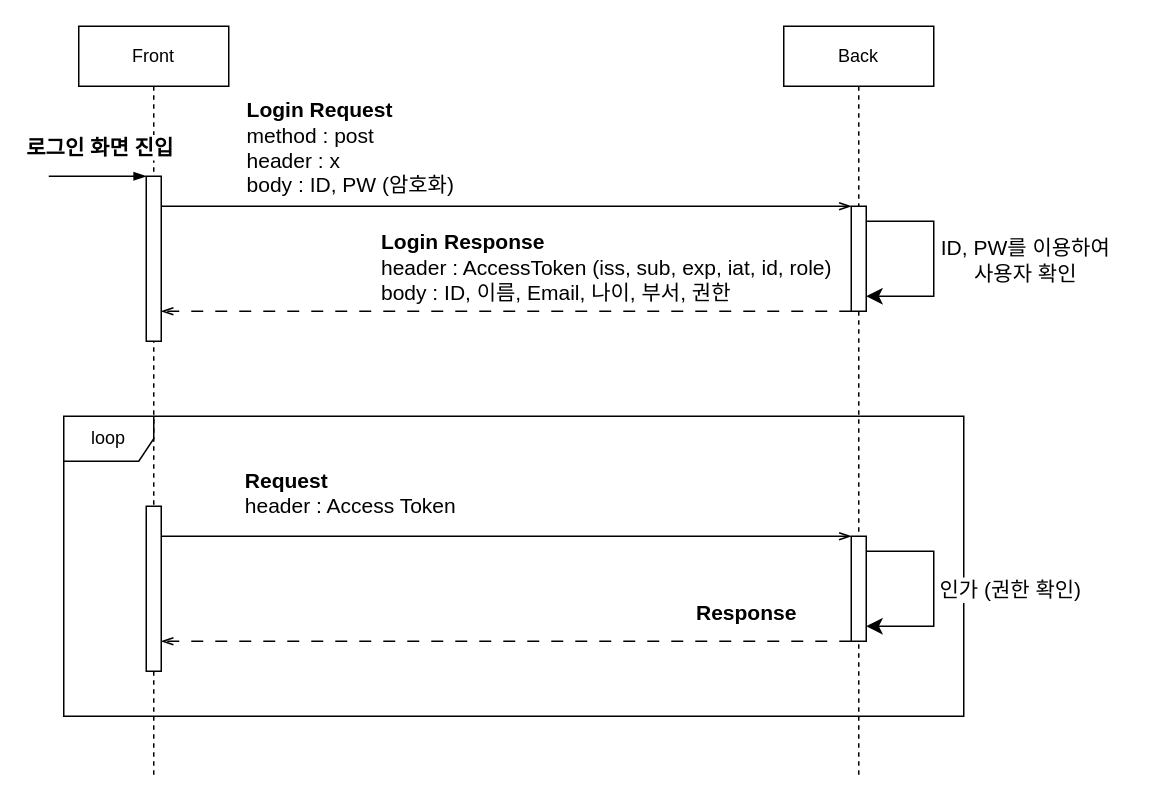
Earlier version of the draw.io diagram 인증, 인가 프로세스.drawio (ki93/oauth2-back). Source tidied: cells renumbered, new cells numbered last; positions are measured from the earlier drawing's top-left corner, leaving out a move shared by most shapes. Both pictures are drawn from the tidied source at 150%, with x=0, y=0 at pixel (48, 26).
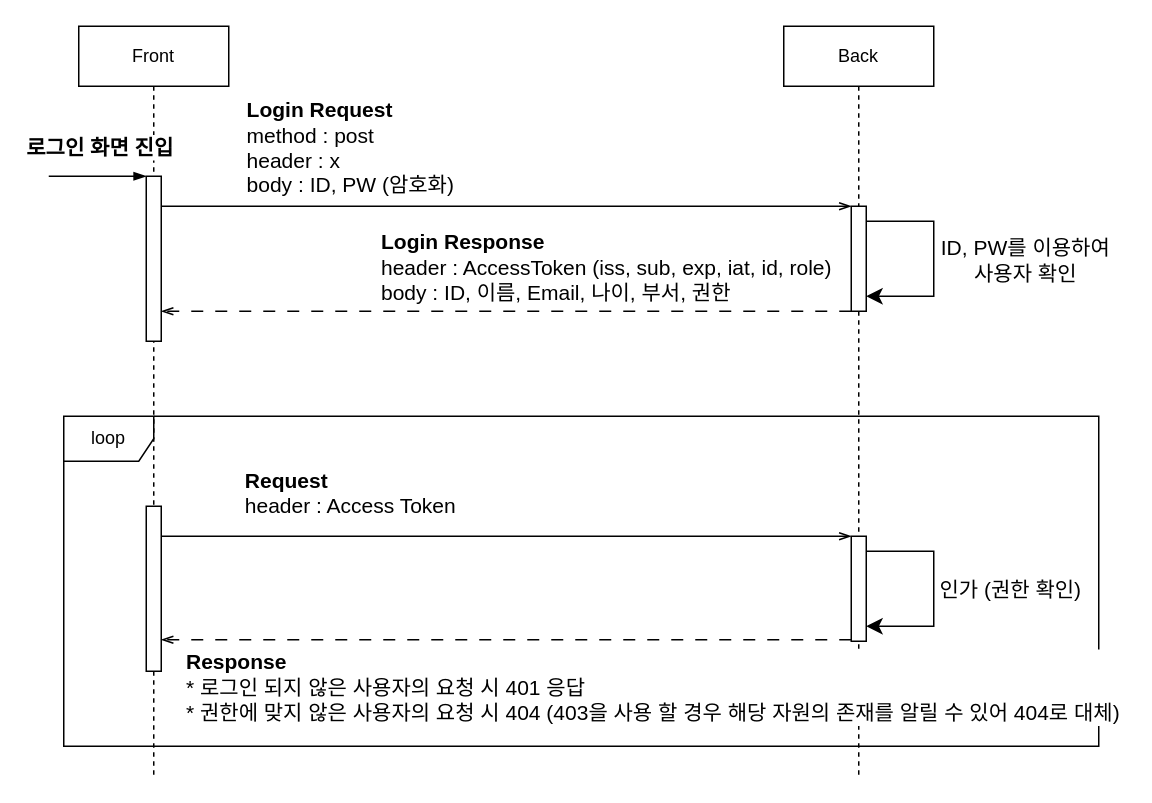
The same page after the edit.

Commit message:
인증, 인가 프로세스.drawio 업데이트

The change refers to these unchanged cells:
```xml
<mxCell id="15" style="html=1;points=[];perimeter=orthogonalPerimeter;outlineConnect=0;targetShapes=umlLifeline;portConstraint=eastwest;newEdgeStyle={&quot;edgeStyle&quot;:&quot;elbowEdgeStyle&quot;,&quot;elbow&quot;:&quot;vertical&quot;,&quot;curved&quot;:0,&quot;rounded&quot;:0};" parent="1" vertex="1">
  <mxGeometry x="65" y="320" width="10" height="110" as="geometry" />
</mxCell>
<mxCell id="16" style="html=1;points=[];perimeter=orthogonalPerimeter;outlineConnect=0;targetShapes=umlLifeline;portConstraint=eastwest;newEdgeStyle={&quot;edgeStyle&quot;:&quot;elbowEdgeStyle&quot;,&quot;elbow&quot;:&quot;vertical&quot;,&quot;curved&quot;:0,&quot;rounded&quot;:0};" parent="1" vertex="1">
  <mxGeometry x="535" y="340" width="10" height="70" as="geometry" />
</mxCell>
```

Diff of the diagram source:
```diff
@@
     <mxCell id="14" value="loop" style="shape=umlFrame;whiteSpace=wrap;html=1;" parent="1" vertex="1">
-      <mxGeometry x="10" y="260" width="600" height="200" as="geometry" />
+      <mxGeometry x="10" y="260" width="690" height="220" as="geometry" />
     </mxCell>
@@
     <mxCell id="21" style="endArrow=openThin;html=1;rounded=0;endFill=0;dashed=1;dashPattern=8 8;" parent="1" edge="1" source="16" target="15">
       <mxGeometry relative="1" as="geometry">
         <Array as="points">
-          <mxPoint x="330" y="410" />
+          <mxPoint x="335" y="409" />
         </Array>
       </mxGeometry>
     </mxCell>
-    <mxCell id="22" value="&lt;b&gt;Response&lt;/b&gt;&lt;br&gt;" style="edgeLabel;html=1;align=left;verticalAlign=middle;fontSize=14;" parent="21" vertex="1">
+    <mxCell id="22" value="&lt;b&gt;Response&lt;br&gt;&lt;/b&gt;* 로그인 되지 않은 사용자의 요청 시 401 응답&lt;br&gt;* 권한에 맞지 않은 사용자의 요청 시 404 (403을 사용 할 경우 해당 자원의 존재를 알릴 수 있어 404로 대체)&amp;nbsp;" style="edgeLabel;html=1;align=left;verticalAlign=middle;fontSize=14;" parent="21" vertex="1">
       <mxGeometry relative="1" as="geometry">
-        <mxPoint x="125" y="-20" as="offset" />
+        <mxPoint x="-215" y="31" as="offset" />
       </mxGeometry>
     </mxCell>
```
